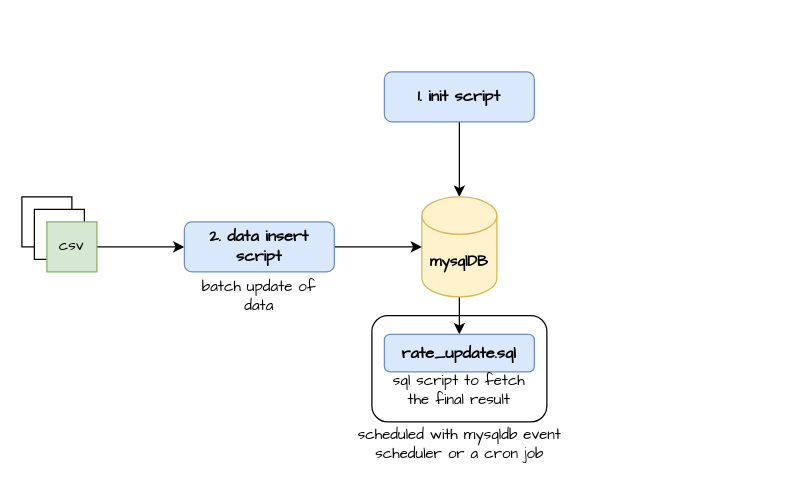
This is page "Page-1" (1 of 2) of Untitled Diagram.drawio from prabhupad26/100daysofML, a draw.io file, before an edit. Source tidied: cells renumbered, new cells numbered last; positions are measured from the earlier drawing's top-left corner, leaving out a move shared by most shapes. Both pictures are drawn from the tidied source at 125%, with x=0, y=0 at pixel (21, 71).
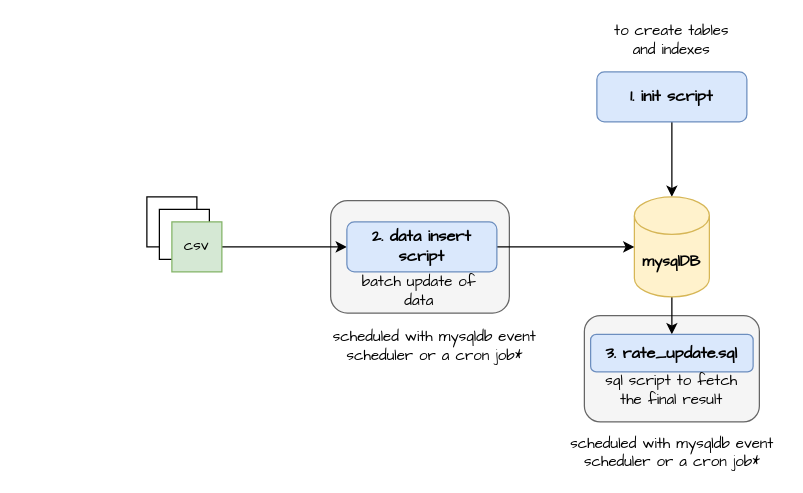
The same page after the edit.

Diff of the diagram source:
```diff
@@
 <mxGraphModel>
   <root>
     <mxCell id="0" />
     <mxCell id="1" parent="0" />
+    <mxCell id="17" style="rounded=1;whiteSpace=wrap;html=1;hachureGap=4;fontFamily=Architects Daughter;fillColor=#f5f5f5;fontColor=#333333;strokeColor=#666666;" parent="1" vertex="1">
+      <mxGeometry x="247" y="103" width="143" height="90" as="geometry" />
+    </mxCell>
-    <mxCell id="2" style="rounded=1;whiteSpace=wrap;html=1;hachureGap=4;fontFamily=Architects Daughter;" parent="1" vertex="1">
-      <mxGeometry x="280" y="195" width="140" height="85" as="geometry" />
+    <mxCell id="2" style="rounded=1;whiteSpace=wrap;html=1;hachureGap=4;fontFamily=Architects Daughter;fillColor=#f5f5f5;strokeColor=#666666;fontColor=#333333;" parent="1" vertex="1">
+      <mxGeometry x="450" y="195" width="140" height="85" as="geometry" />
     </mxCell>
     <mxCell id="3" style="edgeStyle=orthogonalEdgeStyle;rounded=0;hachureGap=4;jettySize=auto;html=1;fontFamily=Architects Daughter;" parent="1" edge="1" source="4" target="10">
       <mxGeometry relative="1" as="geometry" />
     </mxCell>
     <mxCell id="4" value="&lt;font face=&quot;Comic Sans MS&quot; size=&quot;1&quot; style=&quot;&quot;&gt;&lt;b style=&quot;font-size: 13px;&quot;&gt;1. init script&lt;/b&gt;&lt;/font&gt;" style="rounded=1;whiteSpace=wrap;html=1;hachureGap=4;fontFamily=Times New Roman;fillColor=#dae8fc;strokeColor=#6c8ebf;" parent="1" vertex="1">
-      <mxGeometry x="290" width="120" height="40" as="geometry" />
+      <mxGeometry x="460" width="120" height="40" as="geometry" />
     </mxCell>
     <mxCell id="5" style="whiteSpace=wrap;html=1;hachureGap=4;fontFamily=Architects Daughter;" parent="1" vertex="1">
-      <mxGeometry y="100" width="40" height="40" as="geometry" />
+      <mxGeometry x="100" y="100" width="40" height="40" as="geometry" />
     </mxCell>
     <mxCell id="6" style="whiteSpace=wrap;html=1;hachureGap=4;fontFamily=Architects Daughter;" parent="1" vertex="1">
-      <mxGeometry x="10" y="110" width="40" height="40" as="geometry" />
+      <mxGeometry x="110" y="110" width="40" height="40" as="geometry" />
     </mxCell>
     <mxCell id="7" style="edgeStyle=orthogonalEdgeStyle;rounded=0;hachureGap=4;jettySize=auto;html=1;fontFamily=Architects Daughter;" parent="1" edge="1" source="8" target="12">
       <mxGeometry relative="1" as="geometry" />
     </mxCell>
     <mxCell id="8" value="csv" style="whiteSpace=wrap;html=1;hachureGap=4;fontFamily=Architects Daughter;fillColor=#d5e8d4;strokeColor=#82b366;" parent="1" vertex="1">
-      <mxGeometry x="20" y="120" width="40" height="40" as="geometry" />
+      <mxGeometry x="120" y="120" width="40" height="40" as="geometry" />
     </mxCell>
     <mxCell id="9" style="edgeStyle=orthogonalEdgeStyle;rounded=0;hachureGap=4;jettySize=auto;html=1;entryX=0.5;entryY=0;entryDx=0;entryDy=0;fontFamily=Comic Sans MS;" parent="1" edge="1" source="10" target="13">
       <mxGeometry relative="1" as="geometry" />
     </mxCell>
     <mxCell id="10" value="&lt;font face=&quot;Comic Sans MS&quot;&gt;&lt;b&gt;mysqlDB&lt;/b&gt;&lt;/font&gt;" style="shape=cylinder3;whiteSpace=wrap;html=1;boundedLbl=1;backgroundOutline=1;size=15;hachureGap=4;fontFamily=Architects Daughter;fillColor=#fff2cc;strokeColor=#d6b656;" parent="1" vertex="1">
-      <mxGeometry x="320" y="100" width="60" height="80" as="geometry" />
+      <mxGeometry x="490" y="100" width="60" height="80" as="geometry" />
     </mxCell>
     <mxCell id="11" style="edgeStyle=orthogonalEdgeStyle;rounded=0;hachureGap=4;jettySize=auto;html=1;fontFamily=Architects Daughter;" parent="1" edge="1" source="12" target="10">
       <mxGeometry relative="1" as="geometry" />
     </mxCell>
     <mxCell id="12" value="&lt;font face=&quot;Comic Sans MS&quot; size=&quot;1&quot; style=&quot;&quot;&gt;&lt;b style=&quot;font-size: 13px;&quot;&gt;2. data insert script&lt;/b&gt;&lt;/font&gt;" style="rounded=1;whiteSpace=wrap;html=1;hachureGap=4;fontFamily=Times New Roman;fillColor=#dae8fc;strokeColor=#6c8ebf;" parent="1" vertex="1">
-      <mxGeometry x="130" y="120" width="120" height="40" as="geometry" />
+      <mxGeometry x="260" y="120" width="120" height="40" as="geometry" />
     </mxCell>
-    <mxCell id="13" value="&lt;font face=&quot;Comic Sans MS&quot; size=&quot;1&quot; style=&quot;&quot;&gt;&lt;b style=&quot;font-size: 13px;&quot;&gt;rate_update.sql&lt;/b&gt;&lt;/font&gt;" style="rounded=1;whiteSpace=wrap;html=1;hachureGap=4;fontFamily=Times New Roman;fillColor=#dae8fc;strokeColor=#6c8ebf;" parent="1" vertex="1">
-      <mxGeometry x="290" y="210" width="120" height="30" as="geometry" />
+    <mxCell id="13" value="&lt;font style=&quot;font-size: 13px;&quot; face=&quot;Comic Sans MS&quot;&gt;&lt;b style=&quot;font-size: 13px;&quot;&gt;3. rate_update.sql&lt;/b&gt;&lt;/font&gt;" style="rounded=1;whiteSpace=wrap;html=1;hachureGap=4;fontFamily=Times New Roman;fillColor=#dae8fc;strokeColor=#6c8ebf;fontSize=13;" parent="1" vertex="1">
+      <mxGeometry x="455" y="210" width="130" height="30" as="geometry" />
     </mxCell>
-    <mxCell id="14" value="scheduled with mysqldb event scheduler or a cron job" style="text;html=1;align=center;verticalAlign=middle;whiteSpace=wrap;rounded=0;fontFamily=Comic Sans MS;fontStyle=0;" parent="1" vertex="1">
-      <mxGeometry x="262.5" y="283" width="175" height="30" as="geometry" />
-    </mxCell>
     <mxCell id="15" value="batch update of data" style="text;html=1;align=center;verticalAlign=middle;whiteSpace=wrap;rounded=0;fontFamily=Comic Sans MS;fontStyle=0;" parent="1" vertex="1">
-      <mxGeometry x="135" y="165" width="110" height="30" as="geometry" />
+      <mxGeometry x="263" y="161" width="110" height="30" as="geometry" />
     </mxCell>
     <mxCell id="16" value="sql script to fetch the final result" style="text;html=1;align=center;verticalAlign=middle;whiteSpace=wrap;rounded=0;fontFamily=Comic Sans MS;fontStyle=0;" parent="1" vertex="1">
-      <mxGeometry x="295" y="240" width="110" height="30" as="geometry" />
+      <mxGeometry x="465" y="240" width="110" height="30" as="geometry" />
     </mxCell>
+    <mxCell id="18" value="to create tables and indexes" style="text;html=1;align=center;verticalAlign=middle;whiteSpace=wrap;rounded=0;fontFamily=Comic Sans MS;fontStyle=0;" parent="1" vertex="1">
+      <mxGeometry x="465" y="-40" width="110" height="30" as="geometry" />
+    </mxCell>
+    <mxCell id="19" value="scheduled with mysqldb event scheduler or a cron job*" style="text;html=1;align=center;verticalAlign=middle;whiteSpace=wrap;rounded=0;fontFamily=Comic Sans MS;fontStyle=0;" parent="1" vertex="1">
+      <mxGeometry x="432.5" y="290" width="175" height="30" as="geometry" />
+    </mxCell>
+    <mxCell id="20" value="scheduled with mysqldb event scheduler or a cron job*" style="text;html=1;align=center;verticalAlign=middle;whiteSpace=wrap;rounded=0;fontFamily=Comic Sans MS;fontStyle=0;" parent="1" vertex="1">
+      <mxGeometry x="242.5" y="205" width="175" height="30" as="geometry" />
+    </mxCell>
   </root>
 </mxGraphModel>
```
